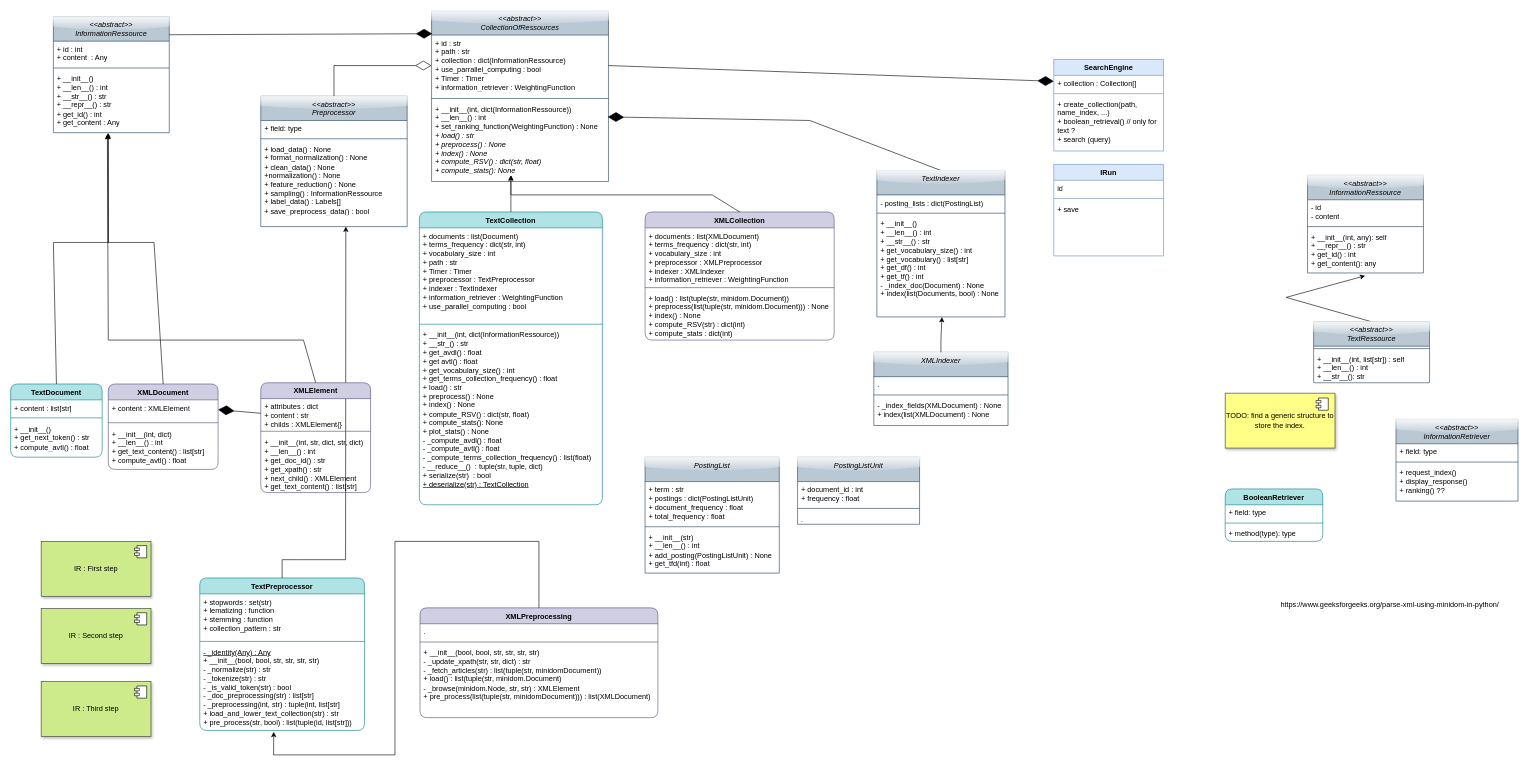
Earlier version of the draw.io diagram uml_diagrams/information_retrieval_models.drawio (mohamedlrouabah1/RIM2DSC). Source tidied: cells renumbered, new cells numbered last; positions are measured from the earlier drawing's top-left corner, leaving out a move shared by most shapes. Both pictures are drawn from the tidied source at 61%, with x=0, y=0 at pixel (10, 10).
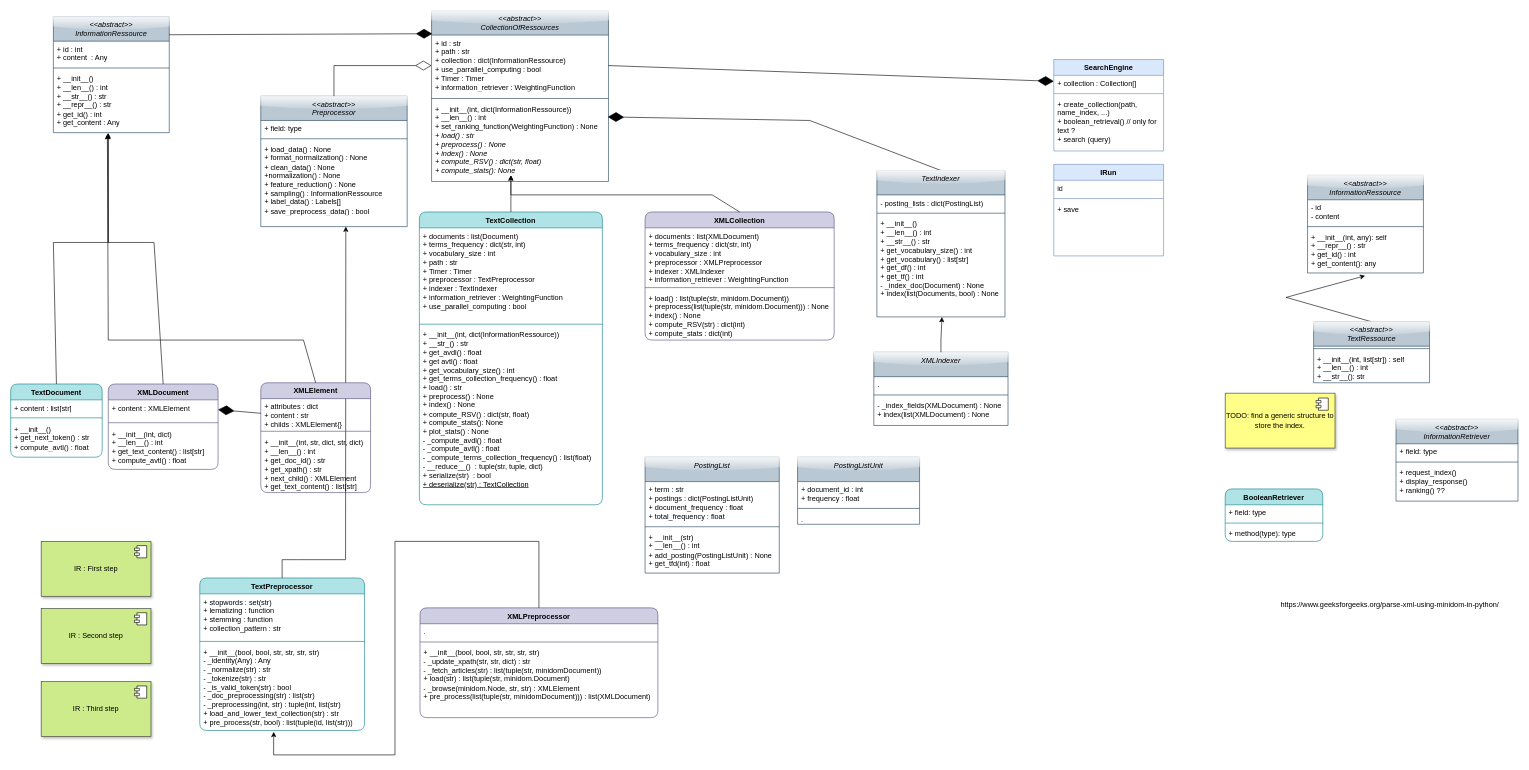
After the change.

Commit message (it also covers changes not shown here):
fix: pre_process return the list of document

I previously forgot to create the XMLDocument object an
create the return document list

Unchanged cells that the change refers to:
```xml
<mxCell id="36" value="TextPreprocessor" style="swimlane;fontStyle=1;align=center;verticalAlign=top;horizontal=1;startSize=26;whiteSpace=wrap;html=1;fillColor=#b0e3e6;strokeColor=#0e8088;rounded=1;" parent="1" vertex="1">
  <mxGeometry x="310" y="930" width="270" height="250" as="geometry" />
</mxCell>
```

Change to the diagram source:
```diff
@@
-    <mxCell id="39" value="&lt;u&gt;- _identity(Any) : Any&lt;/u&gt;&lt;br&gt;+ __init__(bool, bool, str, str, str, str)&lt;br&gt;- _normalize(str) : str&lt;br&gt;- _tokenize(str) : str&lt;br&gt;- _is_valid_token(str) : bool&lt;br&gt;- _doc_preprocessing(str) : list[str]&lt;br&gt;- _preprocessing(int, str) : tuple(int, list[str]&lt;br&gt;+ load_and_lower_text_collection(str) : str&lt;br&gt;+ pre_process(str, bool) : list(tuple(id, list[str]))" style="text;strokeColor=none;fillColor=none;align=left;verticalAlign=top;spacingLeft=4;spacingRight=4;overflow=hidden;points=[[0,0.5],[1,0.5]];portConstraint=eastwest;whiteSpace=wrap;html=1;" parent="36" vertex="1">
+    <mxCell id="39" value="+ __init__(bool, bool, str, str, str, str)&lt;br&gt;&lt;span style=&quot;border-color: var(--border-color);&quot;&gt;- _identity(Any) : Any&lt;/span&gt;&lt;br style=&quot;border-color: var(--border-color);&quot;&gt;- _normalize(str) : str&lt;br&gt;- _tokenize(str) : str&lt;br&gt;- _is_valid_token(str) : bool&lt;br&gt;- _doc_preprocessing(str) : list(str)&lt;br&gt;- _preprocessing(int, str) : tuple(int, list(str)&lt;br&gt;+ load_and_lower_text_collection(str) : str&lt;br&gt;+ pre_process(str, bool) : list(tuple(id, list(str)))" style="text;strokeColor=none;fillColor=none;align=left;verticalAlign=top;spacingLeft=4;spacingRight=4;overflow=hidden;points=[[0,0.5],[1,0.5]];portConstraint=eastwest;whiteSpace=wrap;html=1;" parent="36" vertex="1">
       <mxGeometry y="108" width="270" height="142" as="geometry" />
     </mxCell>
-    <mxCell id="40" value="XMLPreprocessing" style="swimlane;fontStyle=1;align=center;verticalAlign=top;horizontal=1;startSize=26;whiteSpace=wrap;html=1;fillColor=#d0cee2;strokeColor=#56517e;rounded=1;" parent="1" vertex="1">
+    <mxCell id="40" value="XMLPreprocessor" style="swimlane;fontStyle=1;align=center;verticalAlign=top;horizontal=1;startSize=26;whiteSpace=wrap;html=1;fillColor=#d0cee2;strokeColor=#56517e;rounded=1;" parent="1" vertex="1">
       <mxGeometry x="671" y="979" width="390" height="180" as="geometry" />
     </mxCell>
@@
-    <mxCell id="43" value="+ __init__(bool, bool, str, str, str, str)&lt;br&gt;- _update_xpath(str, str, dict) : str&lt;br&gt;- _fetch_articles(str) : list(tuple(str, minidomDocument))&lt;br&gt;+ load() : list(tuple(str, minidom.Document)&lt;br&gt;- _browse(minidom.Node, str, str) : XMLElement&lt;br&gt;+ pre_process(list(tuple(str, minidomDocument))) : list(XMLDocument)" style="text;strokeColor=none;fillColor=none;align=left;verticalAlign=top;spacingLeft=4;spacingRight=4;overflow=hidden;whiteSpace=wrap;html=1;" parent="40" vertex="1">
+    <mxCell id="43" value="+ __init__(bool, bool, str, str, str, str)&lt;br&gt;- _update_xpath(str, str, dict) : str&lt;br&gt;- _fetch_articles(str) : list(tuple(str, minidomDocument))&lt;br&gt;+ load(str) : list(tuple(str, minidom.Document)&lt;br&gt;- _browse(minidom.Node, str, str) : XMLElement&lt;br&gt;+ pre_process(list(tuple(str, minidomDocument))) : list(XMLDocument)" style="text;strokeColor=none;fillColor=none;align=left;verticalAlign=top;spacingLeft=4;spacingRight=4;overflow=hidden;whiteSpace=wrap;html=1;" parent="40" vertex="1">
       <mxGeometry y="60" width="390" height="120" as="geometry" />
     </mxCell>
```
